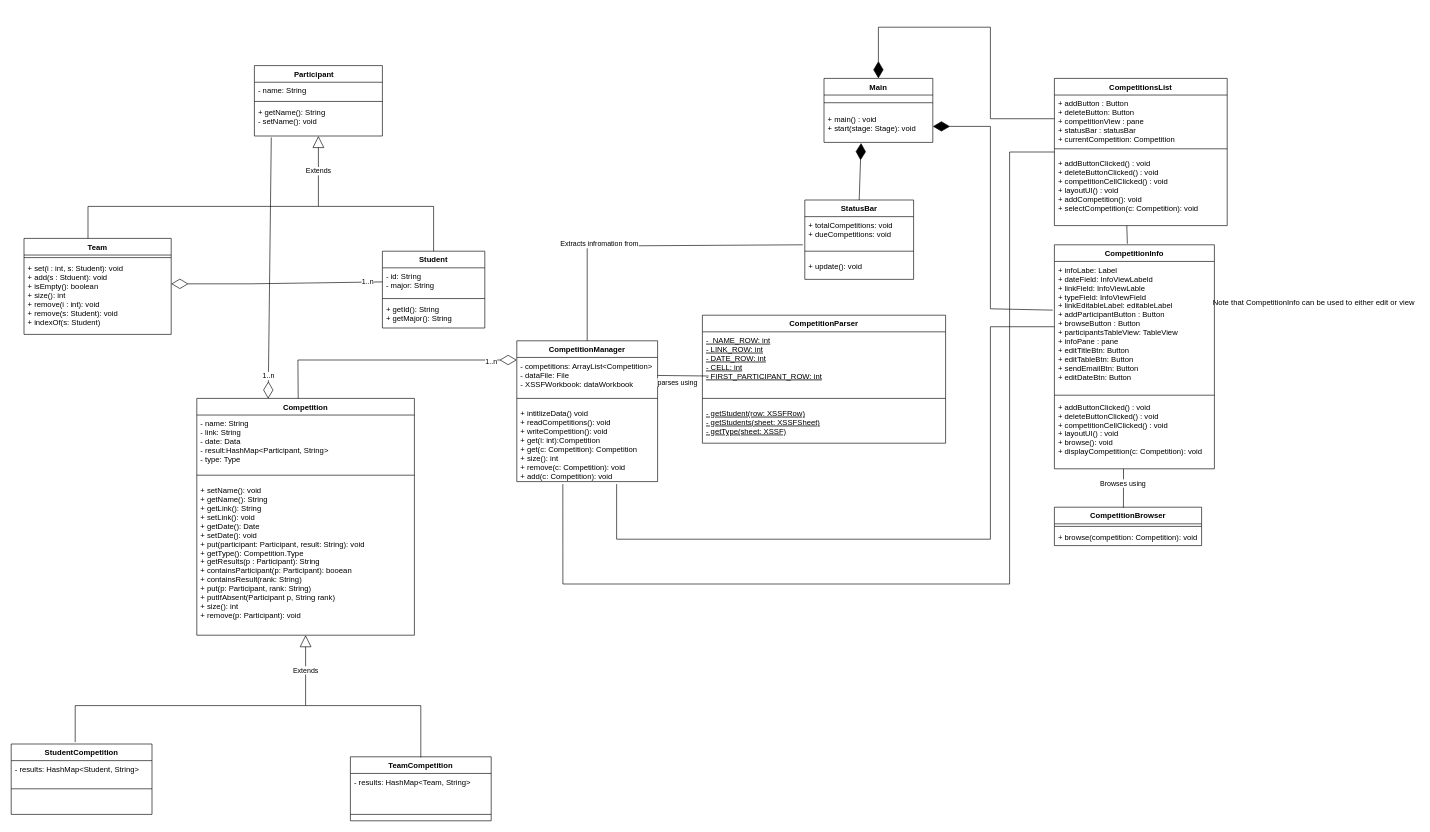
Earlier version of the draw.io diagram docs/phase2/class-diagram.drawio (AbdullahAXR/Competition-tracker). Source tidied: cells renumbered, new cells numbered last; positions are measured from the earlier drawing's top-left corner, leaving out a move shared by most shapes. Both pictures are drawn from the tidied source at 64%, with x=0, y=0 at pixel (11, 27).
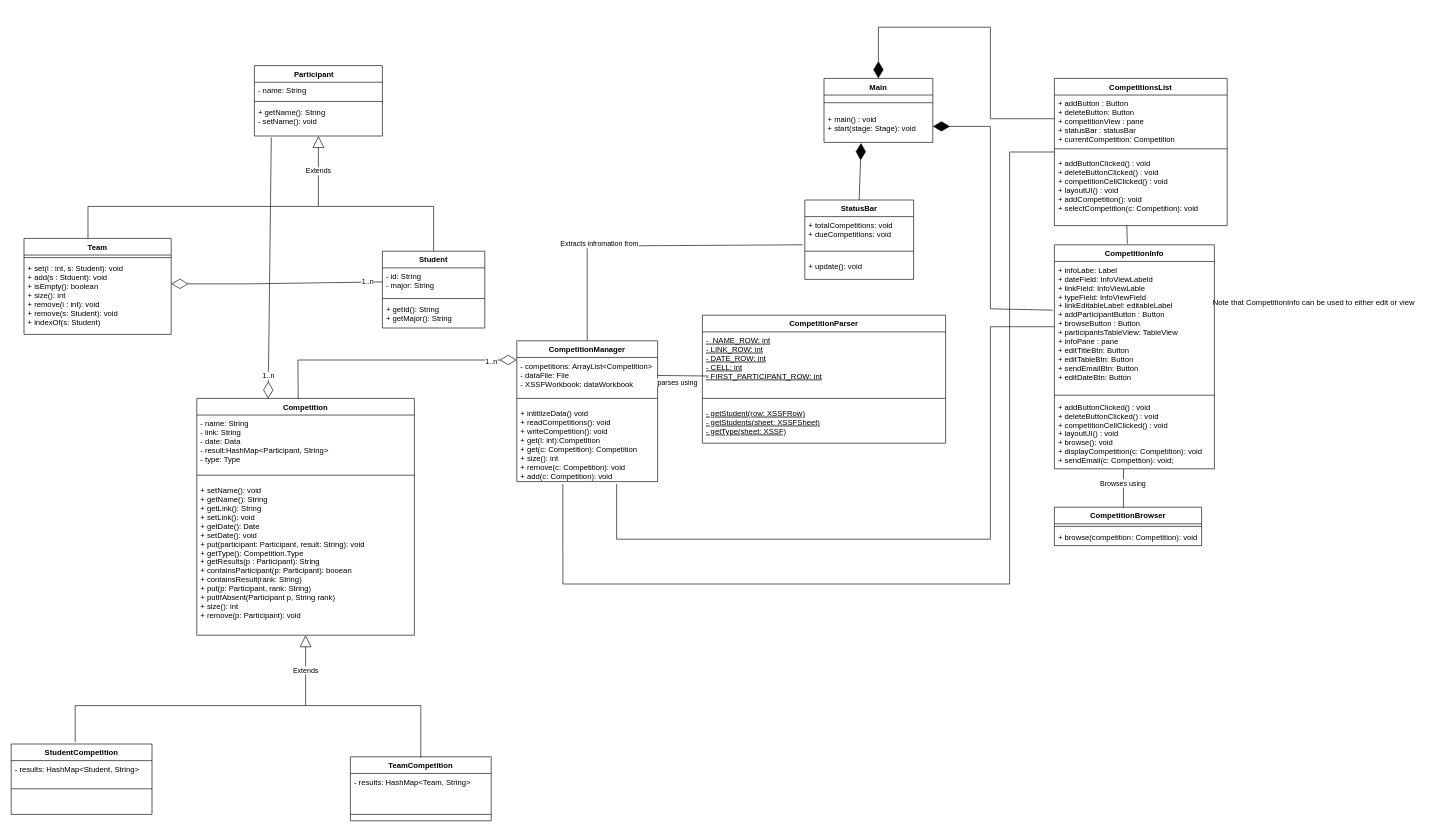
The same page after the edit.

Commit message (it also covers changes not shown here):
docs: added sendEmail method in class diagram

The change refers to these unchanged cells:
```xml
<mxCell id="13" value="CompetitionInfo" style="swimlane;fontStyle=1;align=center;verticalAlign=top;horizontal=1;startSize=26;" parent="1" vertex="1">
  <mxGeometry x="1630" y="340" width="250" height="350" as="geometry" />
</mxCell>
```

What changed in the source:
```diff
@@
-    <mxCell id="16" value="+ addButtonClicked() : void&#10;+ deleteButtonClicked() : void&#10;+ competitionCellClicked() : void&#10;+ layoutUI() : void&#10;+ browse(): void&#10;+ displayCompetition(c: Competition): void&#10;&#10;&#10;" style="text;strokeColor=none;fillColor=none;align=left;verticalAlign=top;spacingLeft=4;spacingRight=4;overflow=hidden;points=[[0,0.5],[1,0.5]];portConstraint=eastwest;" parent="13" vertex="1">
+    <mxCell id="16" value="+ addButtonClicked() : void&#10;+ deleteButtonClicked() : void&#10;+ competitionCellClicked() : void&#10;+ layoutUI() : void&#10;+ browse(): void&#10;+ displayCompetition(c: Competition): void&#10;+ sendEmail(c: Compettion): void;&#10;&#10;&#10;&#10;" style="text;strokeColor=none;fillColor=none;align=left;verticalAlign=top;spacingLeft=4;spacingRight=4;overflow=hidden;points=[[0,0.5],[1,0.5]];portConstraint=eastwest;" parent="13" vertex="1">
       <mxGeometry y="240" width="250" height="110" as="geometry" />
     </mxCell>
```
